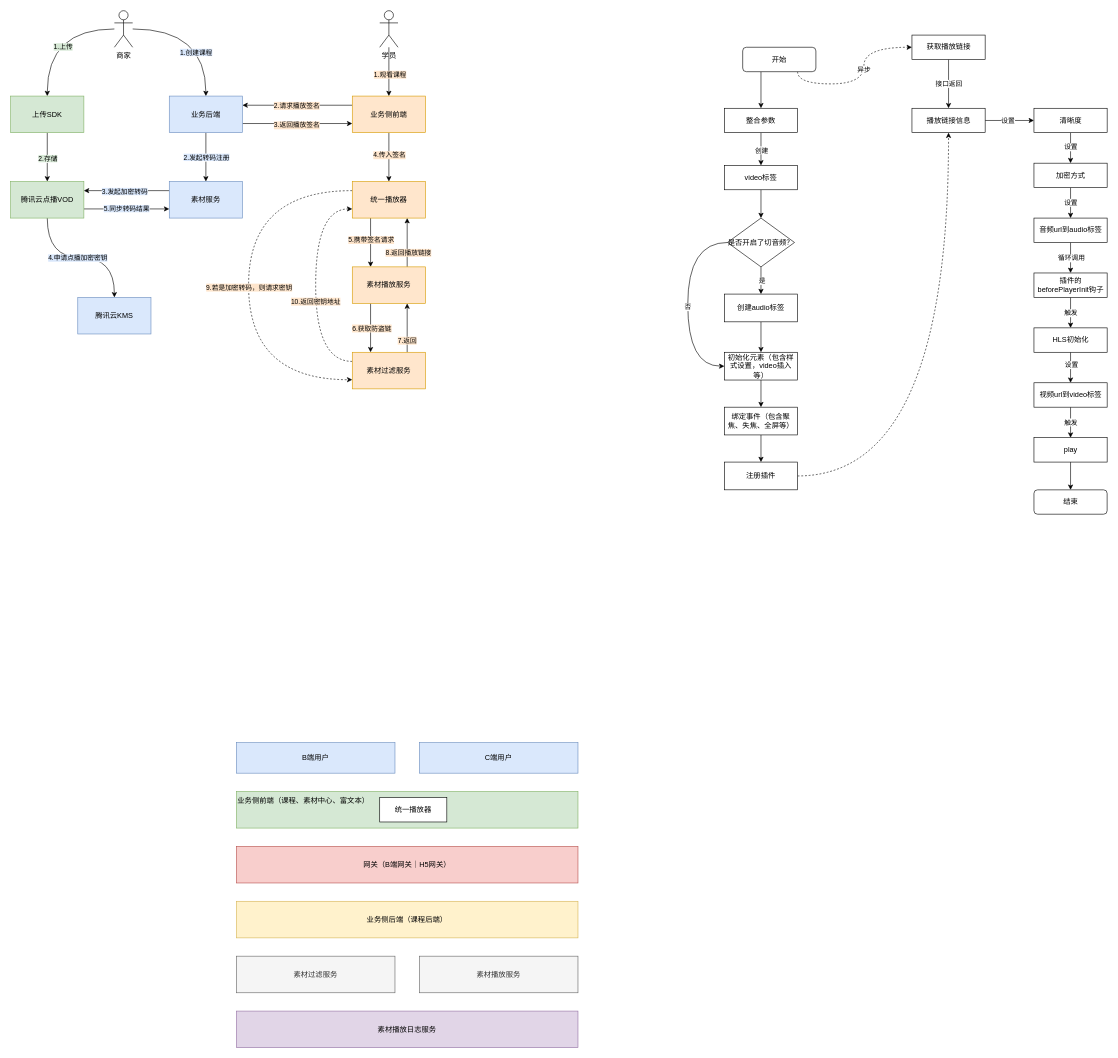
DillionZ/self-drawio keeps this draw.io diagram as page "统一播放器" (3 of 4) of work.drawio. Above is the earlier version. Source tidied: cells renumbered, new cells numbered last; positions are measured from the earlier drawing's top-left corner, leaving out a move shared by most shapes. Both pictures are drawn from the tidied source at 61%, with x=0, y=0 at pixel (10, 10).
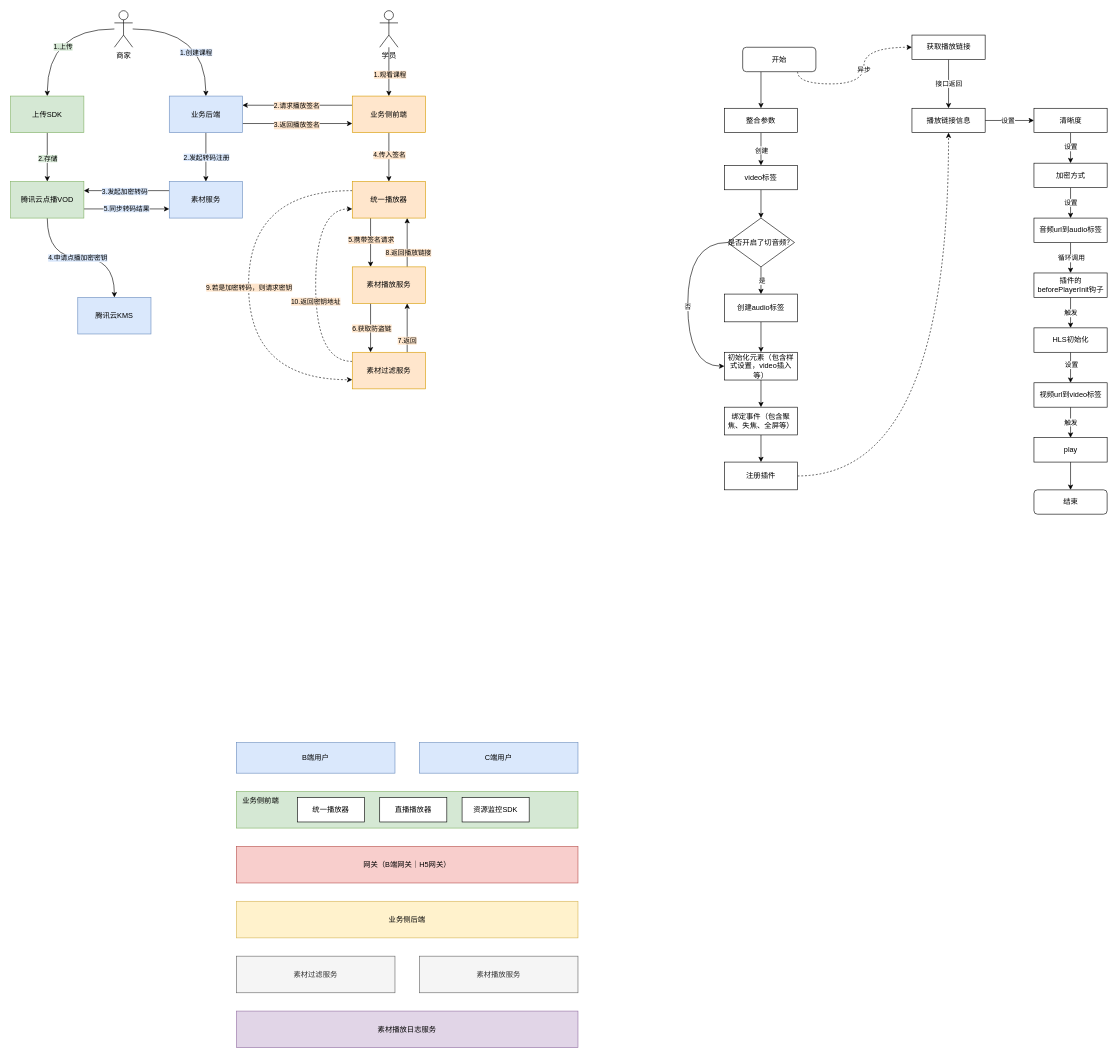
The same diagram, later.

What changed in the source:
```diff
@@
-    <mxCell id="98" value="业务侧后端（课程后端）" style="rounded=0;whiteSpace=wrap;html=1;fillColor=#fff2cc;strokeColor=#d6b656;" parent="1" vertex="1">
+    <mxCell id="98" value="业务侧后端" style="rounded=0;whiteSpace=wrap;html=1;fillColor=#fff2cc;strokeColor=#d6b656;" parent="1" vertex="1">
       <mxGeometry x="370" y="1460" width="560" height="60" as="geometry" />
     </mxCell>
@@
-    <mxCell id="101" value="统一播放器" style="rounded=0;whiteSpace=wrap;html=1;" parent="1" vertex="1">
-      <mxGeometry x="605" y="1290" width="110" height="40" as="geometry" />
+    <mxCell id="101" value="资源监控SDK" style="rounded=0;whiteSpace=wrap;html=1;" parent="1" vertex="1">
+      <mxGeometry x="740" y="1290" width="110" height="40" as="geometry" />
     </mxCell>
-    <mxCell id="102" value="业务侧前端（课程、素材中心、富文本）" style="text;html=1;align=center;verticalAlign=middle;whiteSpace=wrap;rounded=0;" parent="1" vertex="1">
-      <mxGeometry x="370" y="1280" width="220" height="30" as="geometry" />
+    <mxCell id="102" value="业务侧前端" style="text;html=1;align=center;verticalAlign=middle;whiteSpace=wrap;rounded=0;" parent="1" vertex="1">
+      <mxGeometry x="370" y="1280" width="80" height="30" as="geometry" />
     </mxCell>
@@
+    <mxCell id="104" value="统一播放器" style="rounded=0;whiteSpace=wrap;html=1;" parent="1" vertex="1">
+      <mxGeometry x="470" y="1290" width="110" height="40" as="geometry" />
+    </mxCell>
+    <mxCell id="105" value="直播播放器" style="rounded=0;whiteSpace=wrap;html=1;" parent="1" vertex="1">
+      <mxGeometry x="605" y="1290" width="110" height="40" as="geometry" />
+    </mxCell>
```
